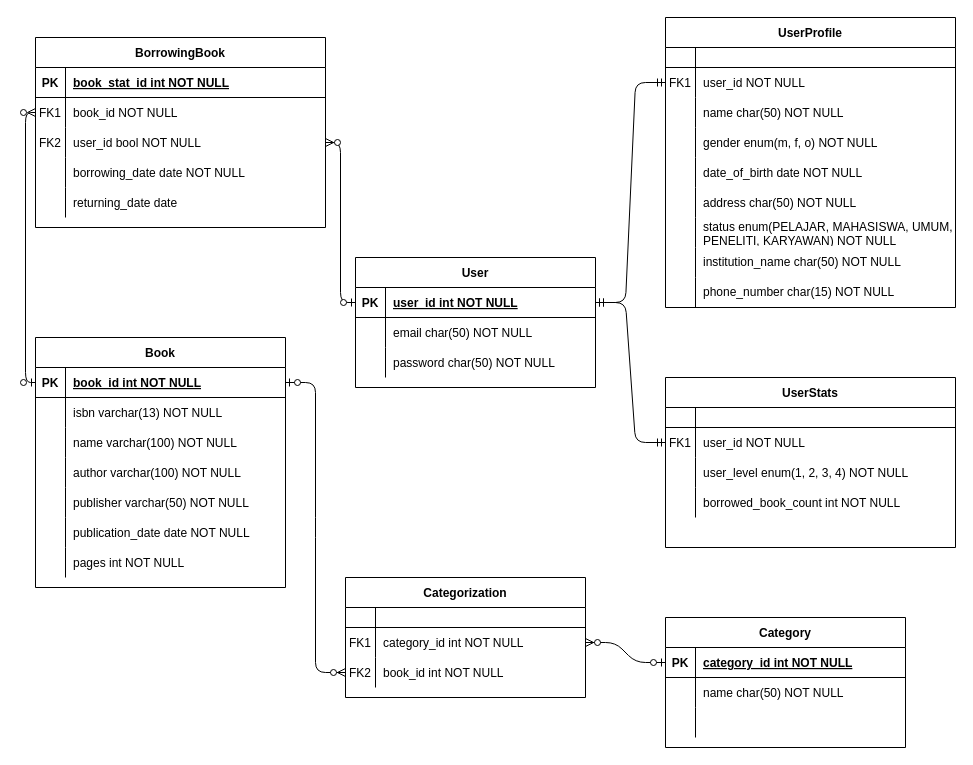
Before: public/img/database_scheme.drawio in praktikum-tiunpad-2021/proyek-web-asal-in, a draw.io diagram. Source tidied: cells renumbered, new cells numbered last; positions are measured from the earlier drawing's top-left corner, leaving out a move shared by most shapes. Both pictures are drawn from the tidied source at 100%, with x=0, y=0 at pixel (35, 17).
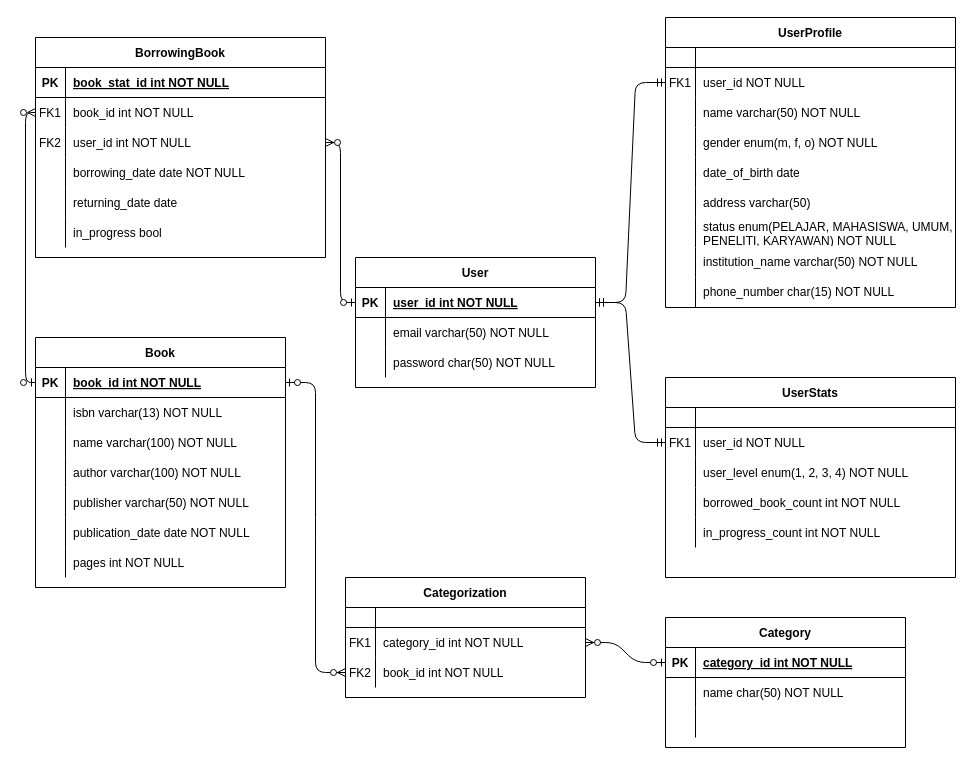
The same diagram, later.

The change refers to these unchanged cells:
```xml
<mxCell id="31" style="shape=partialRectangle;fillColor=none;top=0;left=0;right=0;bottom=0;" parent="24" vertex="1">
  <mxGeometry y="80" width="290" height="30" as="geometry" />
</mxCell>
<mxCell id="37" style="shape=partialRectangle;fillColor=none;top=0;left=0;right=0;bottom=0;" parent="24" vertex="1">
  <mxGeometry y="140" width="290" height="30" as="geometry" />
</mxCell>
<mxCell id="40" style="shape=partialRectangle;fillColor=none;top=0;left=0;right=0;bottom=0;" parent="24" vertex="1">
  <mxGeometry y="170" width="290" height="30" as="geometry" />
</mxCell>
<mxCell id="46" style="shape=partialRectangle;fillColor=none;top=0;left=0;right=0;bottom=0;" parent="24" vertex="1">
  <mxGeometry y="230" width="290" height="30" as="geometry" />
</mxCell>
<mxCell id="69" style="shape=partialRectangle;fillColor=none;top=0;left=0;right=0;bottom=0;" parent="65" vertex="1">
  <mxGeometry y="60" width="240" height="30" as="geometry" />
</mxCell>
<mxCell id="79" style="shape=partialRectangle;fillColor=none;points=[[0,0.5],[1,0.5]];portConstraint=eastwest;top=0;left=0;right=0;bottom=0;" parent="75" vertex="1">
  <mxGeometry y="60" width="290" height="30" as="geometry" />
</mxCell>
<mxCell id="82" style="shape=partialRectangle;fillColor=none;points=[[0,0.5],[1,0.5]];portConstraint=eastwest;top=0;left=0;right=0;bottom=0;" parent="75" vertex="1">
  <mxGeometry y="90" width="290" height="30" as="geometry" />
</mxCell>
```

What changed in the source:
```diff
@@
-    <mxCell id="33" value="name char(50) NOT NULL" style="shape=partialRectangle;overflow=hidden;fillColor=none;top=0;left=0;bottom=0;right=0;align=left;spacingLeft=6;" parent="31" vertex="1">
+    <mxCell id="33" value="name varchar(50) NOT NULL" style="shape=partialRectangle;overflow=hidden;fillColor=none;top=0;left=0;bottom=0;right=0;align=left;spacingLeft=6;" parent="31" vertex="1">
       <mxGeometry x="30" width="260" height="30" as="geometry" />
     </mxCell>
@@
-    <mxCell id="39" value="date_of_birth date NOT NULL" style="shape=partialRectangle;overflow=hidden;fillColor=none;top=0;left=0;bottom=0;right=0;align=left;spacingLeft=6;" parent="37" vertex="1">
+    <mxCell id="39" value="date_of_birth date" style="shape=partialRectangle;overflow=hidden;fillColor=none;top=0;left=0;bottom=0;right=0;align=left;spacingLeft=6;" parent="37" vertex="1">
       <mxGeometry x="30" width="260" height="30" as="geometry" />
     </mxCell>
@@
-    <mxCell id="42" value="address char(50) NOT NULL" style="shape=partialRectangle;overflow=hidden;fillColor=none;top=0;left=0;bottom=0;right=0;align=left;spacingLeft=6;" parent="40" vertex="1">
+    <mxCell id="42" value="address varchar(50)" style="shape=partialRectangle;overflow=hidden;fillColor=none;top=0;left=0;bottom=0;right=0;align=left;spacingLeft=6;" parent="40" vertex="1">
       <mxGeometry x="30" width="260" height="30" as="geometry" />
     </mxCell>
@@
-    <mxCell id="48" value="institution_name char(50) NOT NULL" style="shape=partialRectangle;overflow=hidden;fillColor=none;top=0;left=0;bottom=0;right=0;align=left;spacingLeft=6;whiteSpace=wrap;" parent="46" vertex="1">
+    <mxCell id="48" value="institution_name varchar(50) NOT NULL" style="shape=partialRectangle;overflow=hidden;fillColor=none;top=0;left=0;bottom=0;right=0;align=left;spacingLeft=6;whiteSpace=wrap;" parent="46" vertex="1">
       <mxGeometry x="30" width="260" height="30" as="geometry" />
     </mxCell>
@@
     <mxCell id="52" value="UserStats" style="shape=table;startSize=30;childLayout=tableLayout;rowLines=0;fontStyle=1;align=center;" parent="1" vertex="1">
-      <mxGeometry x="630" y="360" width="290" height="170" as="geometry" />
+      <mxGeometry x="630" y="360" width="290" height="200" as="geometry" />
     </mxCell>
@@
+    <mxCell id="117" style="shape=partialRectangle;fillColor=none;top=0;left=0;right=0;bottom=0;" parent="52" vertex="1">
+      <mxGeometry y="140" width="290" height="30" as="geometry" />
+    </mxCell>
+    <mxCell id="118" style="shape=partialRectangle;overflow=hidden;fillColor=none;top=0;left=0;bottom=0;right=0;" parent="117" vertex="1">
+      <mxGeometry width="30" height="30" as="geometry" />
+    </mxCell>
+    <mxCell id="119" value="in_progress_count int NOT NULL" style="shape=partialRectangle;overflow=hidden;fillColor=none;top=0;left=0;bottom=0;right=0;align=left;spacingLeft=6;" parent="117" vertex="1">
+      <mxGeometry x="30" width="260" height="30" as="geometry" />
+    </mxCell>
@@
-    <mxCell id="71" value="email char(50) NOT NULL" style="shape=partialRectangle;overflow=hidden;fillColor=none;top=0;left=0;bottom=0;right=0;align=left;spacingLeft=6;" parent="69" vertex="1">
+    <mxCell id="71" value="email varchar(50) NOT NULL" style="shape=partialRectangle;overflow=hidden;fillColor=none;top=0;left=0;bottom=0;right=0;align=left;spacingLeft=6;" parent="69" vertex="1">
       <mxGeometry x="30" width="210" height="30" as="geometry" />
     </mxCell>
@@
     <mxCell id="75" value="BorrowingBook" style="shape=table;startSize=30;childLayout=tableLayout;rowLines=0;fontStyle=1;align=center;" parent="1" vertex="1">
-      <mxGeometry y="20" width="290" height="190" as="geometry" />
+      <mxGeometry y="20" width="290" height="220" as="geometry" />
     </mxCell>
@@
-    <mxCell id="81" value="book_id NOT NULL" style="shape=partialRectangle;overflow=hidden;fillColor=none;top=0;left=0;bottom=0;right=0;align=left;spacingLeft=6;" parent="79" vertex="1">
+    <mxCell id="81" value="book_id int NOT NULL" style="shape=partialRectangle;overflow=hidden;fillColor=none;top=0;left=0;bottom=0;right=0;align=left;spacingLeft=6;" parent="79" vertex="1">
       <mxGeometry x="30" width="260" height="30" as="geometry" />
     </mxCell>
@@
-    <mxCell id="84" value="user_id bool NOT NULL" style="shape=partialRectangle;overflow=hidden;fillColor=none;top=0;left=0;bottom=0;right=0;align=left;spacingLeft=6;" parent="82" vertex="1">
+    <mxCell id="84" value="user_id int NOT NULL" style="shape=partialRectangle;overflow=hidden;fillColor=none;top=0;left=0;bottom=0;right=0;align=left;spacingLeft=6;" parent="82" vertex="1">
       <mxGeometry x="30" width="260" height="30" as="geometry" />
     </mxCell>
@@
+    <mxCell id="120" style="shape=partialRectangle;fillColor=none;top=0;left=0;right=0;bottom=0;" parent="75" vertex="1">
+      <mxGeometry y="180" width="290" height="30" as="geometry" />
+    </mxCell>
+    <mxCell id="121" style="shape=partialRectangle;overflow=hidden;fillColor=none;top=0;left=0;bottom=0;right=0;" parent="120" vertex="1">
+      <mxGeometry width="30" height="30" as="geometry" />
+    </mxCell>
+    <mxCell id="122" value="in_progress bool " style="shape=partialRectangle;overflow=hidden;fillColor=none;top=0;left=0;bottom=0;right=0;align=left;spacingLeft=6;" parent="120" vertex="1">
+      <mxGeometry x="30" width="260" height="30" as="geometry" />
+    </mxCell>
```
